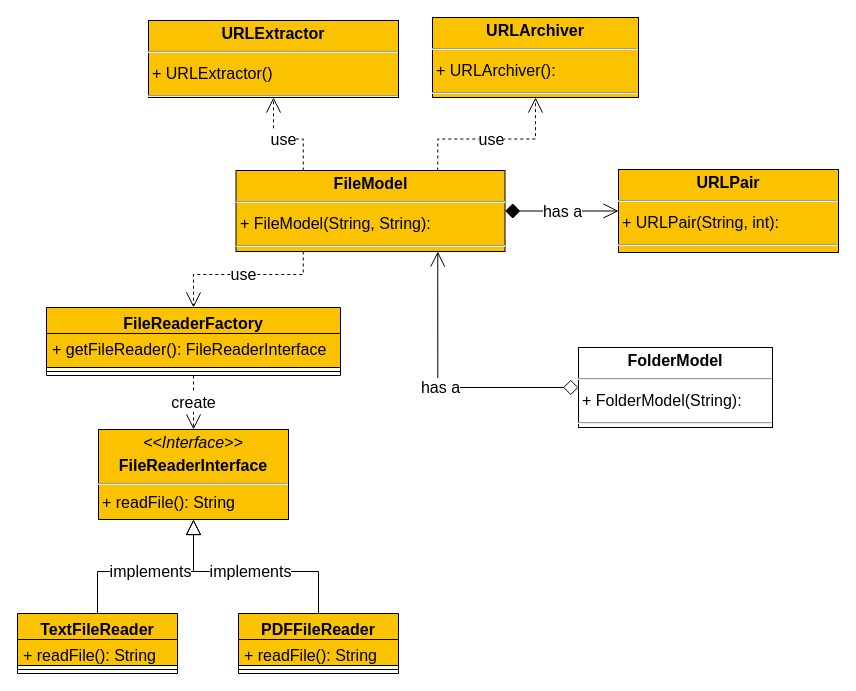
devobern/URL-Archiver keeps this draw.io diagram as page "DataModel_2" (11 of 11) of report/diagrams/URL_Archiver_Class_Diagram.drawio. Above is the earlier version. Source tidied: cells renumbered, new cells numbered last; positions are measured from the earlier drawing's top-left corner, leaving out a move shared by most shapes. Both pictures are drawn from the tidied source at 100%, with x=0, y=0 at pixel (17, 17).
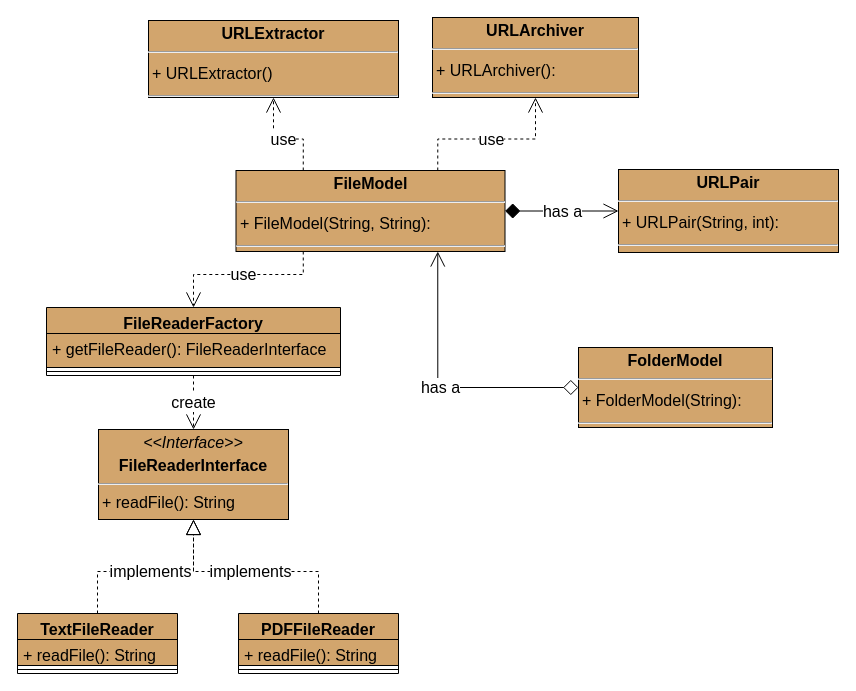
After the change.

What changed in the source:
```diff
@@
-    <mxCell id="5" value="&lt;p style=&quot;margin: 4px 0px 0px; text-align: center; font-size: 16px;&quot;&gt;&lt;b style=&quot;font-size: 16px;&quot;&gt;FileModel&lt;/b&gt;&lt;/p&gt;&lt;hr style=&quot;font-size: 16px;&quot;&gt;&lt;p style=&quot;margin: 0px 0px 0px 4px; line-height: 1.6; font-size: 16px;&quot;&gt;+ FileModel(String, String): &lt;/p&gt;&lt;hr style=&quot;font-size: 16px;&quot;&gt;" style="verticalAlign=top;align=left;overflow=fill;fontSize=16;fontFamily=Helvetica;html=1;rounded=0;shadow=0;comic=0;labelBackgroundColor=none;strokeWidth=1;fillColor=#fbc200;" parent="1" vertex="1">
+    <mxCell id="5" value="&lt;p style=&quot;margin: 4px 0px 0px; text-align: center; font-size: 16px;&quot;&gt;&lt;b style=&quot;font-size: 16px;&quot;&gt;FileModel&lt;/b&gt;&lt;/p&gt;&lt;hr style=&quot;font-size: 16px;&quot;&gt;&lt;p style=&quot;margin: 0px 0px 0px 4px; line-height: 1.6; font-size: 16px;&quot;&gt;+ FileModel(String, String): &lt;/p&gt;&lt;hr style=&quot;font-size: 16px;&quot;&gt;" style="verticalAlign=top;align=left;overflow=fill;fontSize=16;fontFamily=Helvetica;html=1;rounded=0;shadow=0;comic=0;labelBackgroundColor=none;strokeWidth=1;fillColor=#D2A56D;" parent="1" vertex="1">
       <mxGeometry x="218.5" y="153" width="269" height="81" as="geometry" />
     </mxCell>
-    <mxCell id="6" value="&lt;p style=&quot;margin: 4px 0px 0px; text-align: center; font-size: 16px;&quot;&gt;&lt;b style=&quot;font-size: 16px;&quot;&gt;URLPair&lt;/b&gt;&lt;/p&gt;&lt;hr style=&quot;font-size: 16px;&quot;&gt;&lt;p style=&quot;margin: 0px 0px 0px 4px; line-height: 1.6; font-size: 16px;&quot;&gt;+ URLPair(String, int): &lt;/p&gt;&lt;hr style=&quot;font-size: 16px;&quot;&gt;" style="verticalAlign=top;align=left;overflow=fill;fontSize=16;fontFamily=Helvetica;html=1;rounded=0;shadow=0;comic=0;labelBackgroundColor=none;strokeWidth=1;fillColor=#fbc200;" parent="1" vertex="1">
+    <mxCell id="6" value="&lt;p style=&quot;margin: 4px 0px 0px; text-align: center; font-size: 16px;&quot;&gt;&lt;b style=&quot;font-size: 16px;&quot;&gt;URLPair&lt;/b&gt;&lt;/p&gt;&lt;hr style=&quot;font-size: 16px;&quot;&gt;&lt;p style=&quot;margin: 0px 0px 0px 4px; line-height: 1.6; font-size: 16px;&quot;&gt;+ URLPair(String, int): &lt;/p&gt;&lt;hr style=&quot;font-size: 16px;&quot;&gt;" style="verticalAlign=top;align=left;overflow=fill;fontSize=16;fontFamily=Helvetica;html=1;rounded=0;shadow=0;comic=0;labelBackgroundColor=none;strokeWidth=1;fillColor=#D2A56D;" parent="1" vertex="1">
       <mxGeometry x="601" y="152" width="220" height="83" as="geometry" />
     </mxCell>
-    <mxCell id="7" value="&lt;p style=&quot;margin: 4px 0px 0px; text-align: center; font-size: 16px;&quot;&gt;&lt;i style=&quot;font-size: 16px;&quot;&gt;&amp;lt;&amp;lt;Interface&amp;gt;&amp;gt;&lt;/i&gt;&lt;/p&gt;&lt;p style=&quot;margin: 4px 0px 0px; text-align: center; font-size: 16px;&quot;&gt;&lt;b style=&quot;font-size: 16px;&quot;&gt;FileReaderInterface&lt;/b&gt;&lt;br style=&quot;font-size: 16px;&quot;&gt;&lt;/p&gt;&lt;hr style=&quot;font-size: 16px;&quot;&gt;&lt;p style=&quot;margin: 0px 0px 0px 4px; font-size: 16px;&quot;&gt;+ readFile(): String&lt;br style=&quot;font-size: 16px;&quot;&gt;&lt;/p&gt;&lt;hr style=&quot;font-size: 16px;&quot;&gt;&lt;p style=&quot;margin: 0px 0px 0px 4px; font-size: 16px;&quot;&gt;&lt;br style=&quot;font-size: 16px;&quot;&gt;&lt;/p&gt;" style="verticalAlign=top;align=left;overflow=fill;fontSize=16;fontFamily=Helvetica;html=1;whiteSpace=wrap;fillColor=#fbc200;strokeColor=default;" parent="1" vertex="1">
+    <mxCell id="7" value="&lt;p style=&quot;margin: 4px 0px 0px; text-align: center; font-size: 16px;&quot;&gt;&lt;i style=&quot;font-size: 16px;&quot;&gt;&amp;lt;&amp;lt;Interface&amp;gt;&amp;gt;&lt;/i&gt;&lt;/p&gt;&lt;p style=&quot;margin: 4px 0px 0px; text-align: center; font-size: 16px;&quot;&gt;&lt;b style=&quot;font-size: 16px;&quot;&gt;FileReaderInterface&lt;/b&gt;&lt;br style=&quot;font-size: 16px;&quot;&gt;&lt;/p&gt;&lt;hr style=&quot;font-size: 16px;&quot;&gt;&lt;p style=&quot;margin: 0px 0px 0px 4px; font-size: 16px;&quot;&gt;+ readFile(): String&lt;br style=&quot;font-size: 16px;&quot;&gt;&lt;/p&gt;&lt;hr style=&quot;font-size: 16px;&quot;&gt;&lt;p style=&quot;margin: 0px 0px 0px 4px; font-size: 16px;&quot;&gt;&lt;br style=&quot;font-size: 16px;&quot;&gt;&lt;/p&gt;" style="verticalAlign=top;align=left;overflow=fill;fontSize=16;fontFamily=Helvetica;html=1;whiteSpace=wrap;fillColor=#D2A56D;strokeColor=default;" parent="1" vertex="1">
       <mxGeometry x="81" y="412" width="190" height="90" as="geometry" />
     </mxCell>
-    <mxCell id="8" value="implements" style="edgeStyle=orthogonalEdgeStyle;rounded=0;jettySize=auto;html=1;exitX=0.5;exitY=0;exitDx=0;exitDy=0;endArrow=block;endFill=0;endSize=13;startSize=13;fontSize=16;strokeColor=default;" parent="1" edge="1" source="9" target="7">
+    <mxCell id="8" value="implements" style="edgeStyle=orthogonalEdgeStyle;rounded=0;jettySize=auto;html=1;exitX=0.5;exitY=0;exitDx=0;exitDy=0;endArrow=block;endFill=0;endSize=13;startSize=13;fontSize=16;strokeColor=default;dashed=1;" parent="1" edge="1" source="9" target="7">
       <mxGeometry relative="1" as="geometry" />
     </mxCell>
-    <mxCell id="9" value="TextFileReader" style="swimlane;fontStyle=1;align=center;verticalAlign=top;horizontal=1;startSize=26;whiteSpace=wrap;html=1;fontSize=16;fillColor=#fbc200;strokeColor=default;" parent="1" vertex="1">
+    <mxCell id="9" value="TextFileReader" style="swimlane;fontStyle=1;align=center;verticalAlign=top;horizontal=1;startSize=26;whiteSpace=wrap;html=1;fontSize=16;fillColor=#D2A56D;strokeColor=default;" parent="1" vertex="1">
       <mxGeometry y="596" width="160" height="60" as="geometry" />
     </mxCell>
-    <mxCell id="10" value="+ readFile(): String" style="text;strokeColor=default;fillColor=#fbc200;align=left;verticalAlign=top;spacingLeft=4;spacingRight=4;overflow=hidden;whiteSpace=wrap;html=1;fontSize=16;" parent="9" vertex="1">
+    <mxCell id="10" value="+ readFile(): String" style="text;strokeColor=default;fillColor=#D2A56D;align=left;verticalAlign=top;spacingLeft=4;spacingRight=4;overflow=hidden;whiteSpace=wrap;html=1;fontSize=16;" parent="9" vertex="1">
       <mxGeometry y="26" width="160" height="26" as="geometry" />
     </mxCell>
@@
-    <mxCell id="12" value="implements" style="edgeStyle=orthogonalEdgeStyle;rounded=0;jettySize=auto;html=1;exitX=0.5;exitY=0;exitDx=0;exitDy=0;endArrow=block;endFill=0;endSize=13;startSize=13;fontSize=16;strokeColor=default;" parent="1" edge="1" source="13" target="7">
+    <mxCell id="12" value="implements" style="edgeStyle=orthogonalEdgeStyle;rounded=0;jettySize=auto;html=1;exitX=0.5;exitY=0;exitDx=0;exitDy=0;endArrow=block;endFill=0;endSize=13;startSize=13;fontSize=16;strokeColor=default;dashed=1;" parent="1" edge="1" source="13" target="7">
       <mxGeometry relative="1" as="geometry" />
     </mxCell>
-    <mxCell id="13" value="PDFFileReader" style="swimlane;fontStyle=1;align=center;verticalAlign=top;horizontal=1;startSize=26;whiteSpace=wrap;html=1;fontSize=16;fillColor=#fbc200;strokeColor=default;" parent="1" vertex="1">
+    <mxCell id="13" value="PDFFileReader" style="swimlane;fontStyle=1;align=center;verticalAlign=top;horizontal=1;startSize=26;whiteSpace=wrap;html=1;fontSize=16;fillColor=#D2A56D;strokeColor=default;" parent="1" vertex="1">
       <mxGeometry x="221" y="596" width="160" height="60" as="geometry" />
     </mxCell>
-    <mxCell id="14" value="+ readFile(): String" style="text;strokeColor=default;fillColor=#fbc200;align=left;verticalAlign=top;spacingLeft=4;spacingRight=4;overflow=hidden;whiteSpace=wrap;html=1;fontSize=16;" parent="13" vertex="1">
+    <mxCell id="14" value="+ readFile(): String" style="text;strokeColor=default;fillColor=#D2A56D;align=left;verticalAlign=top;spacingLeft=4;spacingRight=4;overflow=hidden;whiteSpace=wrap;html=1;fontSize=16;" parent="13" vertex="1">
       <mxGeometry y="26" width="160" height="26" as="geometry" />
     </mxCell>
@@
-    <mxCell id="17" value="FileReaderFactory" style="swimlane;fontStyle=1;align=center;verticalAlign=top;horizontal=1;startSize=26;whiteSpace=wrap;html=1;fontSize=16;fillColor=#fbc200;strokeColor=default;" parent="1" vertex="1">
+    <mxCell id="17" value="FileReaderFactory" style="swimlane;fontStyle=1;align=center;verticalAlign=top;horizontal=1;startSize=26;whiteSpace=wrap;html=1;fontSize=16;fillColor=#D2A56D;strokeColor=default;" parent="1" vertex="1">
       <mxGeometry x="29" y="290" width="294" height="68" as="geometry" />
     </mxCell>
-    <mxCell id="18" value="+ getFileReader(): FileReaderInterface" style="text;strokeColor=default;fillColor=#fbc200;align=left;verticalAlign=top;spacingLeft=4;spacingRight=4;overflow=hidden;whiteSpace=wrap;html=1;fontSize=16;" parent="17" vertex="1">
+    <mxCell id="18" value="+ getFileReader(): FileReaderInterface" style="text;strokeColor=default;fillColor=#D2A56D;align=left;verticalAlign=top;spacingLeft=4;spacingRight=4;overflow=hidden;whiteSpace=wrap;html=1;fontSize=16;" parent="17" vertex="1">
       <mxGeometry y="26" width="294" height="34" as="geometry" />
     </mxCell>
@@
-    <mxCell id="20" value="&lt;p style=&quot;margin: 4px 0px 0px; text-align: center; font-size: 16px;&quot;&gt;&lt;b style=&quot;font-size: 16px;&quot;&gt;FolderModel&lt;/b&gt;&lt;/p&gt;&lt;hr style=&quot;font-size: 16px;&quot;&gt;&lt;p style=&quot;margin: 0px 0px 0px 4px; line-height: 1.6; font-size: 16px;&quot;&gt;+ FolderModel(String): &lt;/p&gt;&lt;hr style=&quot;font-size: 16px;&quot;&gt;" style="verticalAlign=top;align=left;overflow=fill;fontSize=16;fontFamily=Helvetica;html=1;rounded=0;shadow=0;comic=0;labelBackgroundColor=none;strokeWidth=1;" parent="1" vertex="1">
+    <mxCell id="20" value="&lt;p style=&quot;margin: 4px 0px 0px; text-align: center; font-size: 16px;&quot;&gt;&lt;b style=&quot;font-size: 16px;&quot;&gt;FolderModel&lt;/b&gt;&lt;/p&gt;&lt;hr style=&quot;font-size: 16px;&quot;&gt;&lt;p style=&quot;margin: 0px 0px 0px 4px; line-height: 1.6; font-size: 16px;&quot;&gt;+ FolderModel(String): &lt;/p&gt;&lt;hr style=&quot;font-size: 16px;&quot;&gt;" style="verticalAlign=top;align=left;overflow=fill;fontSize=16;fontFamily=Helvetica;html=1;rounded=0;shadow=0;comic=0;labelBackgroundColor=none;strokeWidth=1;fillColor=#D2A56D;" parent="1" vertex="1">
       <mxGeometry x="561" y="330" width="194" height="80" as="geometry" />
     </mxCell>
@@
-    <mxCell id="22" value="&lt;p style=&quot;margin: 4px 0px 0px; text-align: center; font-size: 16px;&quot;&gt;&lt;b style=&quot;font-size: 16px;&quot;&gt;URLExtractor&lt;/b&gt;&lt;/p&gt;&lt;hr style=&quot;font-size: 16px;&quot;&gt;&lt;p style=&quot;margin: 0px 0px 0px 4px; line-height: 1.6; font-size: 16px;&quot;&gt;+ URLExtractor() &lt;/p&gt;&lt;hr style=&quot;font-size: 16px;&quot;&gt;" style="verticalAlign=top;align=left;overflow=fill;fontSize=16;fontFamily=Helvetica;html=1;rounded=0;shadow=0;comic=0;labelBackgroundColor=none;strokeWidth=1;fillColor=#fbc200;" parent="1" vertex="1">
+    <mxCell id="22" value="&lt;p style=&quot;margin: 4px 0px 0px; text-align: center; font-size: 16px;&quot;&gt;&lt;b style=&quot;font-size: 16px;&quot;&gt;URLExtractor&lt;/b&gt;&lt;/p&gt;&lt;hr style=&quot;font-size: 16px;&quot;&gt;&lt;p style=&quot;margin: 0px 0px 0px 4px; line-height: 1.6; font-size: 16px;&quot;&gt;+ URLExtractor() &lt;/p&gt;&lt;hr style=&quot;font-size: 16px;&quot;&gt;" style="verticalAlign=top;align=left;overflow=fill;fontSize=16;fontFamily=Helvetica;html=1;rounded=0;shadow=0;comic=0;labelBackgroundColor=none;strokeWidth=1;fillColor=#D2A56D;" parent="1" vertex="1">
       <mxGeometry x="131" y="3" width="250" height="77" as="geometry" />
     </mxCell>
-    <mxCell id="23" value="&lt;p style=&quot;margin: 4px 0px 0px; text-align: center; font-size: 16px;&quot;&gt;&lt;b style=&quot;font-size: 16px;&quot;&gt;URLArchiver&lt;/b&gt;&lt;/p&gt;&lt;hr style=&quot;font-size: 16px;&quot;&gt;&lt;p style=&quot;margin: 0px 0px 0px 4px; line-height: 1.6; font-size: 16px;&quot;&gt;+ URLArchiver(): &lt;/p&gt;&lt;hr style=&quot;font-size: 16px;&quot;&gt;" style="verticalAlign=top;align=left;overflow=fill;fontSize=16;fontFamily=Helvetica;html=1;rounded=0;shadow=0;comic=0;labelBackgroundColor=none;strokeWidth=1;fillColor=#fbc200;" parent="1" vertex="1">
+    <mxCell id="23" value="&lt;p style=&quot;margin: 4px 0px 0px; text-align: center; font-size: 16px;&quot;&gt;&lt;b style=&quot;font-size: 16px;&quot;&gt;URLArchiver&lt;/b&gt;&lt;/p&gt;&lt;hr style=&quot;font-size: 16px;&quot;&gt;&lt;p style=&quot;margin: 0px 0px 0px 4px; line-height: 1.6; font-size: 16px;&quot;&gt;+ URLArchiver(): &lt;/p&gt;&lt;hr style=&quot;font-size: 16px;&quot;&gt;" style="verticalAlign=top;align=left;overflow=fill;fontSize=16;fontFamily=Helvetica;html=1;rounded=0;shadow=0;comic=0;labelBackgroundColor=none;strokeWidth=1;fillColor=#D2A56D;" parent="1" vertex="1">
       <mxGeometry x="415" width="206" height="80" as="geometry" />
     </mxCell>
```
